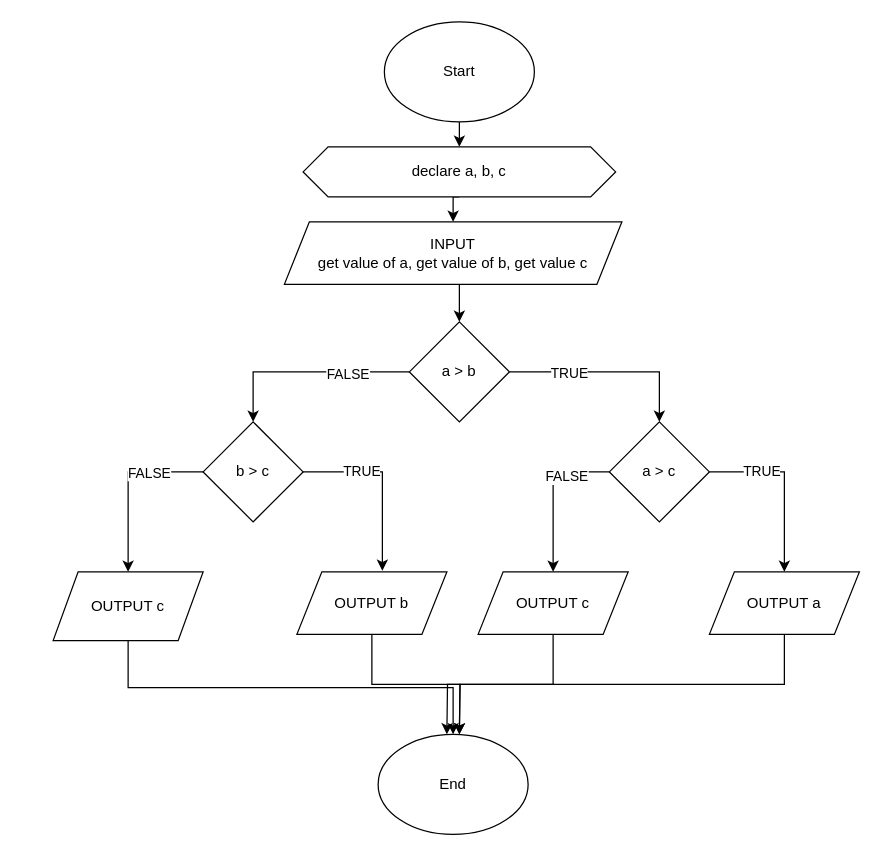
This is largest_among_three.drawio from jeriosln/jeriosln.flowcharts, a draw.io file, before an edit. Source tidied: cells renumbered, new cells numbered last; positions are measured from the earlier drawing's top-left corner, leaving out a move shared by most shapes. Both pictures are drawn from the tidied source at 125%, with x=0, y=0 at pixel (52, 21).
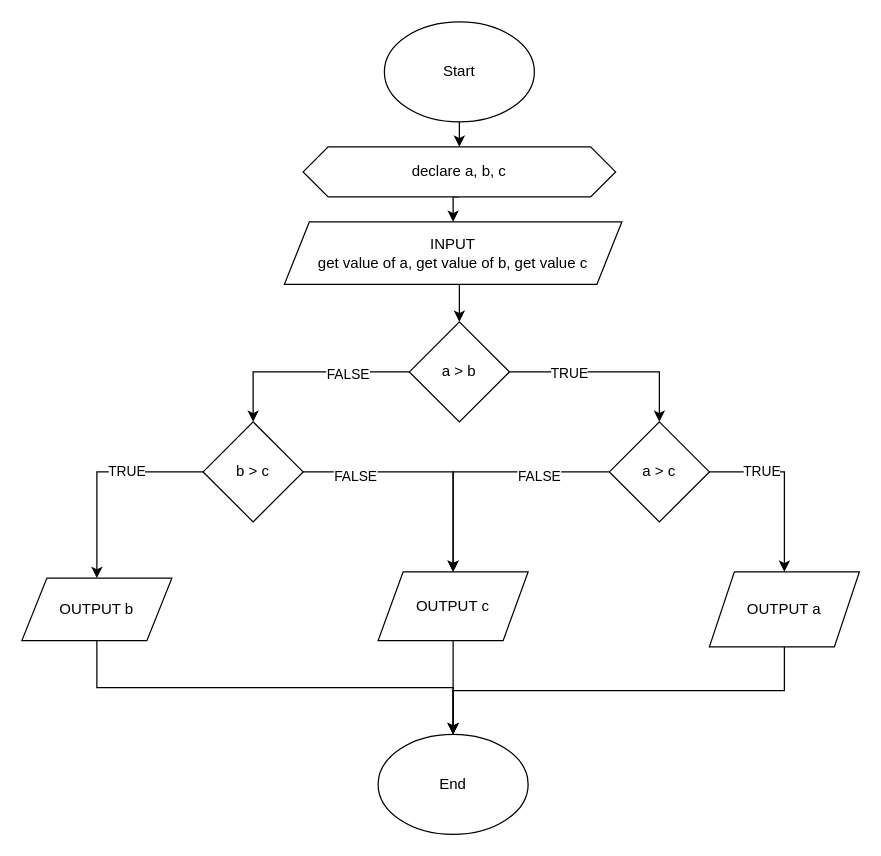
After the change.

Commit message:
Update largest_among_three _ v2.drawio

Unchanged cells that the change refers to:
```xml
<mxCell id="4" value="End" style="ellipse;whiteSpace=wrap;html=1;" parent="1" vertex="1">
  <mxGeometry x="260" y="570" width="120" height="80" as="geometry" />
</mxCell>
<mxCell id="18" value="b &amp;gt; c" style="rhombus;whiteSpace=wrap;html=1;" parent="1" vertex="1">
  <mxGeometry x="120" y="320" width="80" height="80" as="geometry" />
</mxCell>
<mxCell id="23" value="a &amp;gt; c" style="rhombus;whiteSpace=wrap;html=1;" parent="1" vertex="1">
  <mxGeometry x="445" y="320" width="80" height="80" as="geometry" />
</mxCell>
```

Diff of the diagram source:
```diff
@@
-    <mxCell id="14" style="edgeStyle=orthogonalEdgeStyle;rounded=0;jettySize=auto;html=1;exitX=0;exitY=0.5;exitDx=0;exitDy=0;" parent="1" edge="1" source="18" target="31">
+    <mxCell id="14" style="edgeStyle=orthogonalEdgeStyle;rounded=0;jettySize=auto;html=1;exitX=1;exitY=0.5;exitDx=0;exitDy=0;" parent="1" edge="1" source="18" target="31">
       <mxGeometry relative="1" as="geometry" />
     </mxCell>
     <mxCell id="15" value="FALSE" style="edgeLabel;html=1;align=center;verticalAlign=middle;" parent="14" vertex="1">
-      <mxGeometry x="-0.37" relative="1" as="geometry" />
+      <mxGeometry x="-0.59" y="-3" relative="1" as="geometry" />
     </mxCell>
-    <mxCell id="16" style="edgeStyle=orthogonalEdgeStyle;rounded=0;jettySize=auto;html=1;exitX=1;exitY=0.5;exitDx=0;exitDy=0;entryX=0.57;entryY=-0.016;entryDx=0;entryDy=0;entryPerimeter=0;" parent="1" edge="1" source="18" target="29">
+    <mxCell id="16" style="edgeStyle=orthogonalEdgeStyle;rounded=0;jettySize=auto;html=1;exitX=0;exitY=0.5;exitDx=0;exitDy=0;entryX=0.5;entryY=0;entryDx=0;entryDy=0;" parent="1" edge="1" source="18" target="29">
       <mxGeometry relative="1" as="geometry" />
     </mxCell>
     <mxCell id="17" value="TRUE" style="edgeLabel;html=1;align=center;verticalAlign=middle;" parent="16" vertex="1">
-      <mxGeometry x="-0.36" y="1" relative="1" as="geometry" />
+      <mxGeometry x="-0.27" y="-1" relative="1" as="geometry" />
     </mxCell>
@@
-    <mxCell id="21" style="edgeStyle=orthogonalEdgeStyle;rounded=0;jettySize=auto;html=1;exitX=0;exitY=0.5;exitDx=0;exitDy=0;" parent="1" edge="1" source="23" target="27">
+    <mxCell id="21" style="edgeStyle=orthogonalEdgeStyle;rounded=0;jettySize=auto;html=1;exitX=0;exitY=0.5;exitDx=0;exitDy=0;" parent="1" edge="1" source="23" target="31">
       <mxGeometry relative="1" as="geometry" />
     </mxCell>
@@
-    <mxCell id="24" style="edgeStyle=orthogonalEdgeStyle;rounded=0;jettySize=auto;html=1;exitX=0.5;exitY=1;exitDx=0;exitDy=0;" parent="1" edge="1" source="25">
-      <mxGeometry relative="1" as="geometry">
-        <mxPoint x="315" y="570" as="targetPoint" />
-      </mxGeometry>
-    </mxCell>
+    <mxCell id="32" style="edgeStyle=orthogonalEdgeStyle;rounded=0;jettySize=auto;html=1;exitX=0.5;exitY=1;exitDx=0;exitDy=0;entryX=0.5;entryY=0;entryDx=0;entryDy=0;" parent="1" edge="1" source="25" target="4">
+      <mxGeometry relative="1" as="geometry" />
+    </mxCell>
     <mxCell id="25" value="OUTPUT a" style="shape=parallelogram;perimeter=parallelogramPerimeter;whiteSpace=wrap;html=1;fixedSize=1;" parent="1" vertex="1">
-      <mxGeometry x="525" y="440" width="120" height="50" as="geometry" />
+      <mxGeometry x="525" y="440" width="120" height="60" as="geometry" />
     </mxCell>
-    <mxCell id="26" style="edgeStyle=orthogonalEdgeStyle;rounded=0;jettySize=auto;html=1;exitX=0.5;exitY=1;exitDx=0;exitDy=0;" parent="1" edge="1" source="27">
-      <mxGeometry relative="1" as="geometry">
-        <mxPoint x="325" y="570" as="targetPoint" />
-      </mxGeometry>
-    </mxCell>
-    <mxCell id="27" value="OUTPUT c" style="shape=parallelogram;perimeter=parallelogramPerimeter;whiteSpace=wrap;html=1;fixedSize=1;" parent="1" vertex="1">
-      <mxGeometry x="340" y="440" width="120" height="50" as="geometry" />
-    </mxCell>
-    <mxCell id="28" style="edgeStyle=orthogonalEdgeStyle;rounded=0;jettySize=auto;html=1;exitX=0.5;exitY=1;exitDx=0;exitDy=0;" parent="1" edge="1" source="29">
-      <mxGeometry relative="1" as="geometry">
-        <mxPoint x="325" y="570" as="targetPoint" />
-      </mxGeometry>
-    </mxCell>
+    <mxCell id="33" style="edgeStyle=orthogonalEdgeStyle;rounded=0;jettySize=auto;html=1;exitX=0.5;exitY=1;exitDx=0;exitDy=0;" parent="1" edge="1" source="29" target="4">
+      <mxGeometry relative="1" as="geometry" />
+    </mxCell>
     <mxCell id="29" value="OUTPUT b" style="shape=parallelogram;perimeter=parallelogramPerimeter;whiteSpace=wrap;html=1;fixedSize=1;" parent="1" vertex="1">
-      <mxGeometry x="195" y="440" width="120" height="50" as="geometry" />
+      <mxGeometry x="-25" y="445" width="120" height="50" as="geometry" />
     </mxCell>
-    <mxCell id="30" style="edgeStyle=orthogonalEdgeStyle;rounded=0;jettySize=auto;html=1;exitX=0.5;exitY=1;exitDx=0;exitDy=0;" parent="1" edge="1" source="31" target="4">
-      <mxGeometry relative="1" as="geometry" />
-    </mxCell>
+    <mxCell id="34" style="edgeStyle=orthogonalEdgeStyle;rounded=0;jettySize=auto;html=1;exitX=0.5;exitY=1;exitDx=0;exitDy=0;" parent="1" edge="1" source="31">
+      <mxGeometry relative="1" as="geometry">
+        <mxPoint x="320" y="570" as="targetPoint" />
+      </mxGeometry>
+    </mxCell>
     <mxCell id="31" value="OUTPUT c" style="shape=parallelogram;perimeter=parallelogramPerimeter;whiteSpace=wrap;html=1;fixedSize=1;" parent="1" vertex="1">
-      <mxGeometry y="440" width="120" height="55" as="geometry" />
+      <mxGeometry x="260" y="440" width="120" height="55" as="geometry" />
     </mxCell>
```
